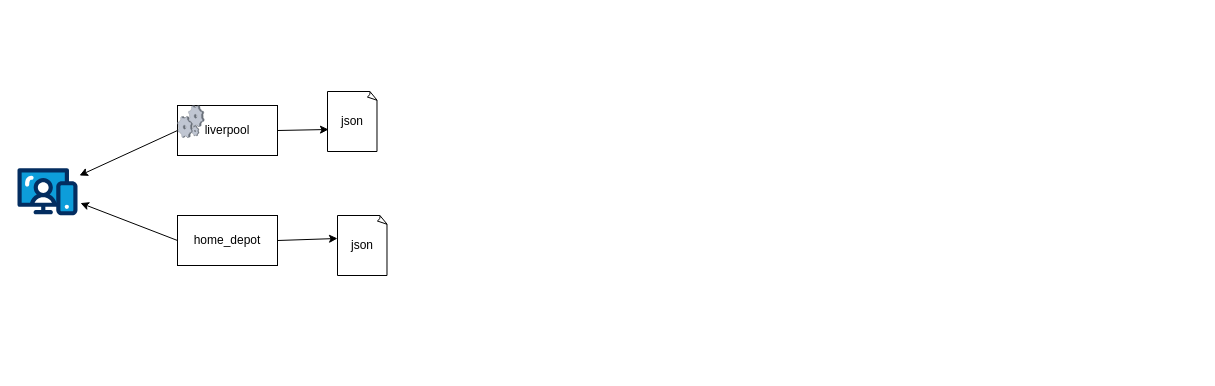
Earlier version of the draw.io diagram project/diagram.drawio (vic-cortes/python_course). Source tidied: cells renumbered, new cells numbered last; positions are measured from the earlier drawing's top-left corner, leaving out a move shared by most shapes. Both pictures are drawn from the tidied source at 100%, with x=0, y=0 at pixel (17, 91).
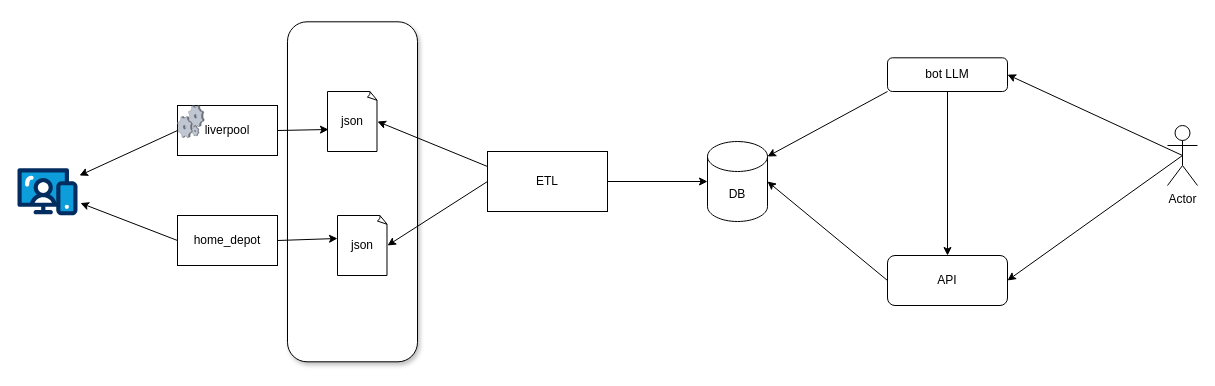
After the change.

Commit message (it also covers changes not shown here):
Update diagram and scripts; add new product JSON data files

The change refers to these unchanged cells:
```xml
<mxCell id="8" value="json" style="whiteSpace=wrap;html=1;shape=mxgraph.basic.document;" parent="1" vertex="1">
  <mxGeometry x="310" width="50" height="60" as="geometry" />
</mxCell>
<mxCell id="9" value="json" style="whiteSpace=wrap;html=1;shape=mxgraph.basic.document;" parent="1" vertex="1">
  <mxGeometry x="320" y="124" width="50" height="60" as="geometry" />
</mxCell>
```

Diff of the diagram source:
```diff
@@
+    <mxCell id="12" style="rounded=1;whiteSpace=wrap;html=1;shadow=1;" parent="1" vertex="1">
+      <mxGeometry x="270" y="-69.7" width="130" height="340" as="geometry" />
+    </mxCell>
@@
+    <mxCell id="13" value="ETL" style="rounded=0;whiteSpace=wrap;html=1;" parent="1" vertex="1">
+      <mxGeometry x="470" y="60" width="120" height="60" as="geometry" />
+    </mxCell>
+    <mxCell id="14" style="edgeStyle=none;html=1;exitX=0;exitY=0.25;exitDx=0;exitDy=0;entryX=1;entryY=0.5;entryDx=0;entryDy=0;entryPerimeter=0;" parent="1" edge="1" source="13" target="8">
+      <mxGeometry relative="1" as="geometry" />
+    </mxCell>
+    <mxCell id="15" style="edgeStyle=none;html=1;exitX=0;exitY=0.5;exitDx=0;exitDy=0;entryX=1;entryY=0.5;entryDx=0;entryDy=0;entryPerimeter=0;" parent="1" edge="1" source="13" target="9">
+      <mxGeometry relative="1" as="geometry" />
+    </mxCell>
+    <mxCell id="16" value="DB" style="shape=cylinder3;whiteSpace=wrap;html=1;boundedLbl=1;backgroundOutline=1;size=15;" parent="1" vertex="1">
+      <mxGeometry x="690" y="50" width="60" height="80" as="geometry" />
+    </mxCell>
+    <mxCell id="17" style="edgeStyle=none;html=1;exitX=1;exitY=0.5;exitDx=0;exitDy=0;entryX=0;entryY=0.5;entryDx=0;entryDy=0;entryPerimeter=0;" parent="1" edge="1" source="13" target="16">
+      <mxGeometry relative="1" as="geometry" />
+    </mxCell>
+    <mxCell id="18" value="API" style="rounded=1;whiteSpace=wrap;html=1;" parent="1" vertex="1">
+      <mxGeometry x="870" y="164" width="120" height="50" as="geometry" />
+    </mxCell>
+    <mxCell id="19" style="edgeStyle=none;html=1;exitX=0;exitY=0.5;exitDx=0;exitDy=0;entryX=1;entryY=0.5;entryDx=0;entryDy=0;entryPerimeter=0;" parent="1" edge="1" source="18" target="16">
+      <mxGeometry relative="1" as="geometry" />
+    </mxCell>
+    <mxCell id="20" style="edgeStyle=none;html=1;exitX=0.5;exitY=1;exitDx=0;exitDy=0;entryX=0.5;entryY=0;entryDx=0;entryDy=0;" parent="1" edge="1" source="21" target="18">
+      <mxGeometry relative="1" as="geometry" />
+    </mxCell>
+    <mxCell id="21" value="bot LLM" style="rounded=1;whiteSpace=wrap;html=1;" parent="1" vertex="1">
+      <mxGeometry x="870" y="-33.7" width="120" height="33.7" as="geometry" />
+    </mxCell>
+    <mxCell id="22" style="edgeStyle=none;html=1;exitX=0;exitY=1;exitDx=0;exitDy=0;entryX=1;entryY=0;entryDx=0;entryDy=15;entryPerimeter=0;" parent="1" edge="1" source="21" target="16">
+      <mxGeometry relative="1" as="geometry" />
+    </mxCell>
+    <mxCell id="23" style="edgeStyle=none;html=1;exitX=0.5;exitY=0.5;exitDx=0;exitDy=0;exitPerimeter=0;entryX=1;entryY=0.5;entryDx=0;entryDy=0;" parent="1" edge="1" source="25" target="21">
+      <mxGeometry relative="1" as="geometry" />
+    </mxCell>
+    <mxCell id="24" style="edgeStyle=none;html=1;exitX=0.5;exitY=0.5;exitDx=0;exitDy=0;exitPerimeter=0;entryX=1;entryY=0.5;entryDx=0;entryDy=0;" parent="1" edge="1" source="25" target="18">
+      <mxGeometry relative="1" as="geometry" />
+    </mxCell>
+    <mxCell id="25" value="Actor" style="shape=umlActor;verticalLabelPosition=bottom;verticalAlign=top;html=1;outlineConnect=0;" parent="1" vertex="1">
+      <mxGeometry x="1150" y="34" width="30" height="60" as="geometry" />
+    </mxCell>
```
